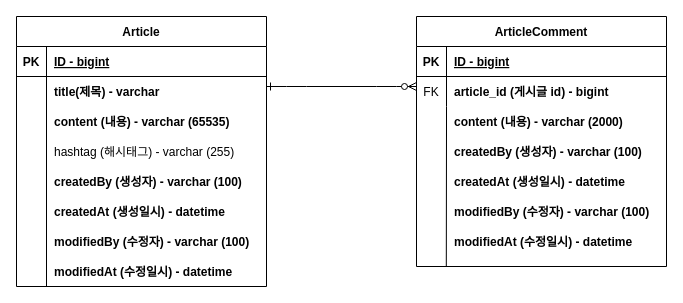
The draw.io diagram document/my_board_erd.drawio in lminjung99/my-board, before the edit. Source tidied: cells renumbered, new cells numbered last; positions are measured from the earlier drawing's top-left corner, leaving out a move shared by most shapes. Both pictures are drawn from the tidied source at 100%, with x=0, y=0 at pixel (16, 16).
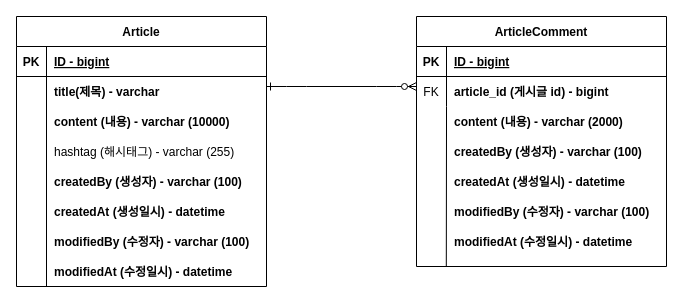
The same page after the edit.

Commit message:
my_board_erd.drawio _사이즈 변경

The change refers to these unchanged cells:
```xml
<mxCell id="20" style="shape=partialRectangle;fillColor=none;top=0;left=0;right=0;bottom=0;" parent="1" vertex="1">
  <mxGeometry y="90" width="250" height="30" as="geometry" />
</mxCell>
```

What changed in the source:
```diff
@@
-    <mxCell id="22" value="content (내용) - varchar (65535)" style="shape=partialRectangle;overflow=hidden;fillColor=none;top=0;left=0;bottom=0;right=0;align=left;spacingLeft=6;fontStyle=1;" parent="20" vertex="1">
+    <mxCell id="22" value="content (내용) - varchar (10000)" style="shape=partialRectangle;overflow=hidden;fillColor=none;top=0;left=0;bottom=0;right=0;align=left;spacingLeft=6;fontStyle=1;" parent="20" vertex="1">
       <mxGeometry x="30" width="220" height="30" as="geometry" />
     </mxCell>
```
